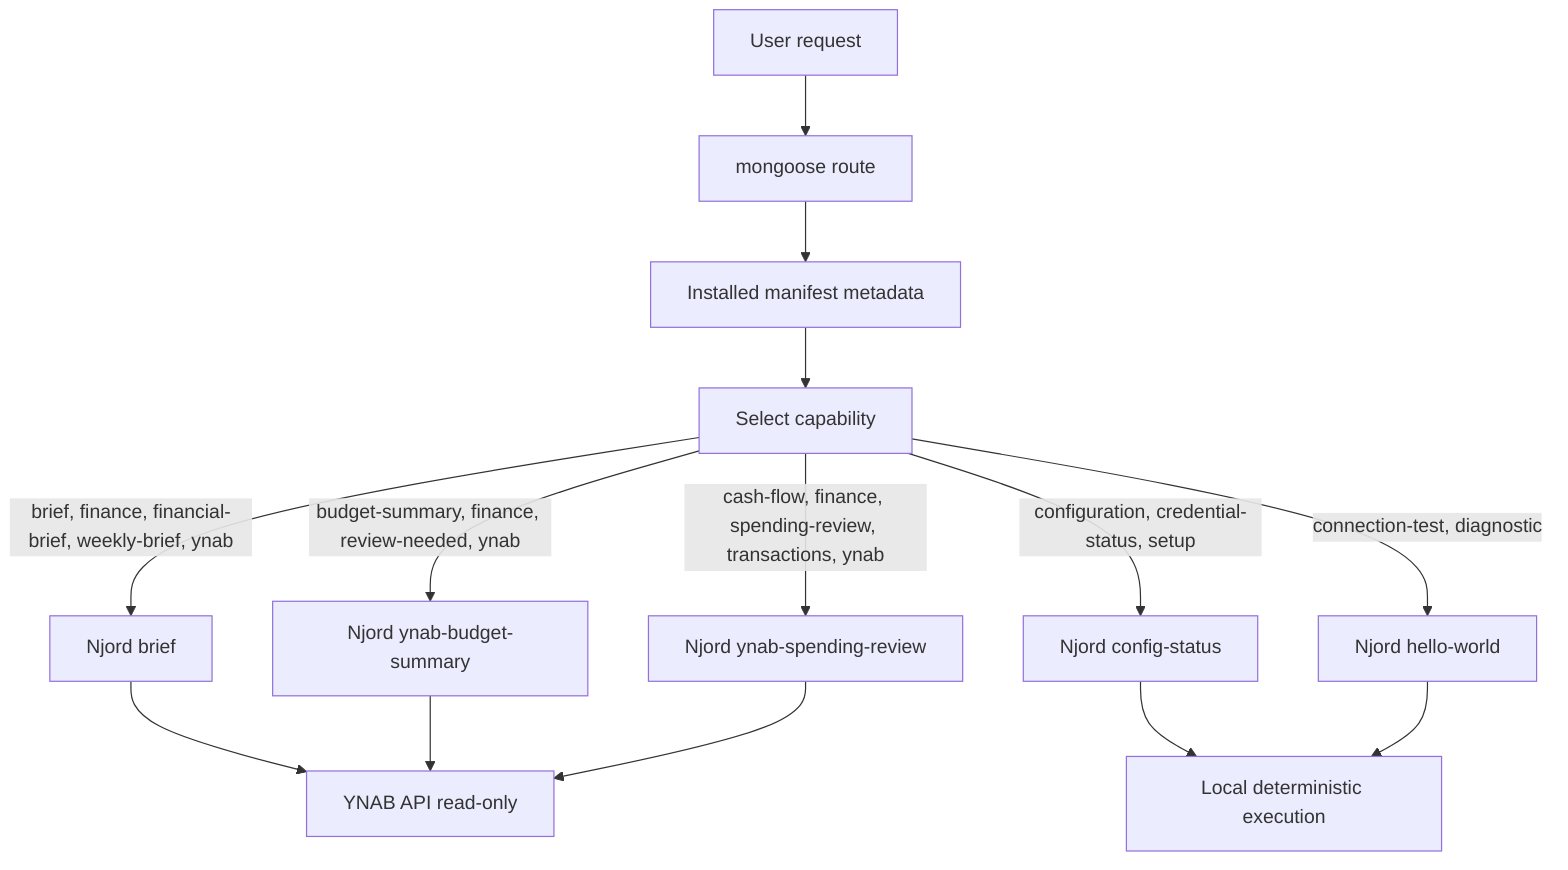
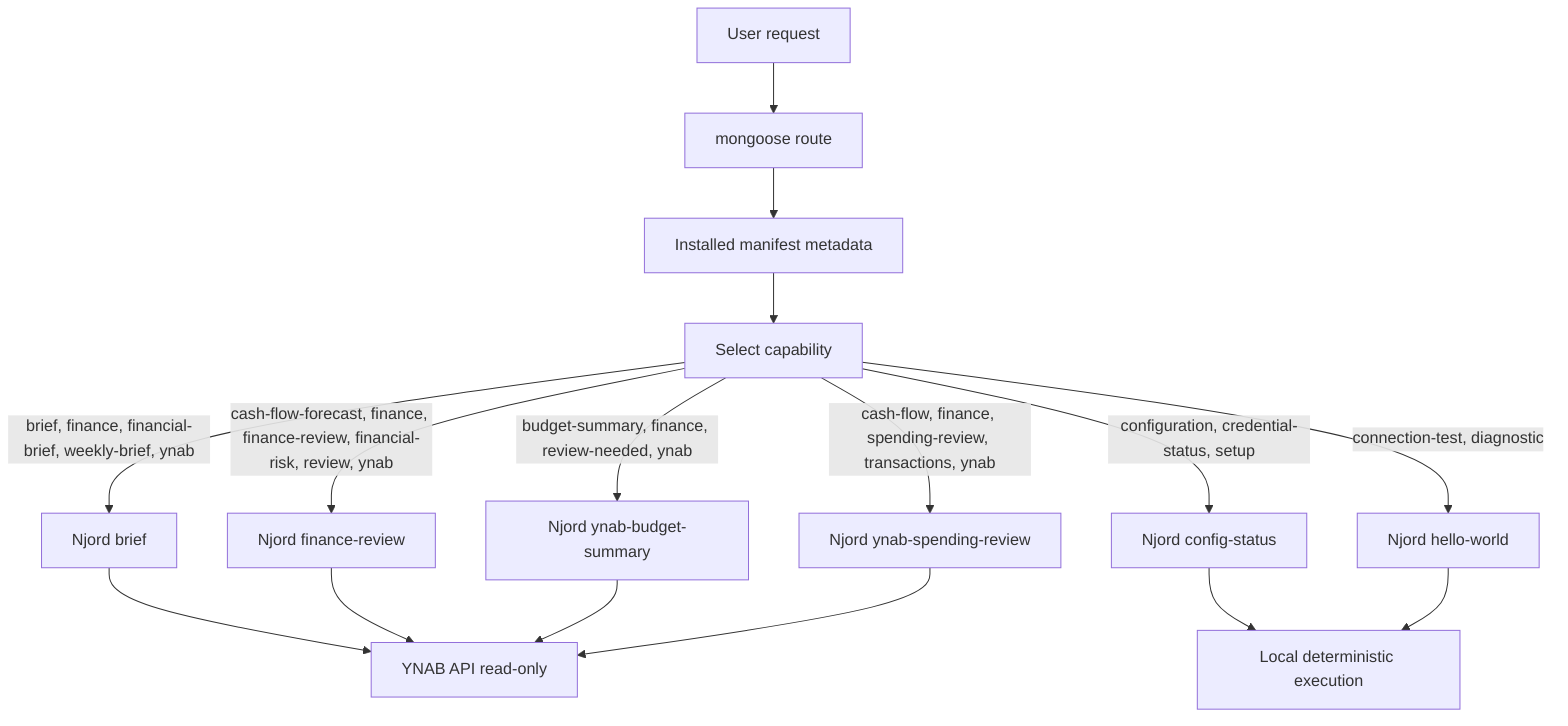
%% Generated by `mongoose architecture generate`. Do not edit by hand.
flowchart TD
  request["User request"] --> route["mongoose route"]
  route --> manifest["Installed manifest metadata"]
  manifest --> select["Select capability"]
  select -->|"brief, finance, financial-brief, weekly-brief, ynab"| dispatch_Njord_brief["Njord brief"]
  dispatch_Njord_brief --> ynab["YNAB API read-only"]
  select -->|"configuration, credential-status, setup"| dispatch_Njord_config_status["Njord config-status"]
  dispatch_Njord_config_status --> local["Local deterministic execution"]
+   select -->|"cash-flow-forecast, finance, finance-review, financial-risk, review, ynab"| dispatch_Njord_finance_review["Njord finance-review"]
+   dispatch_Njord_finance_review --> ynab["YNAB API read-only"]
  select -->|"connection-test, diagnostic"| dispatch_Njord_hello_world["Njord hello-world"]
  dispatch_Njord_hello_world --> local["Local deterministic execution"]
  select -->|"budget-summary, finance, review-needed, ynab"| dispatch_Njord_ynab_budget_summary["Njord ynab-budget-summary"]
  dispatch_Njord_ynab_budget_summary --> ynab["YNAB API read-only"]
  select -->|"cash-flow, finance, spending-review, transactions, ynab"| dispatch_Njord_ynab_spending_review["Njord ynab-spending-review"]
  dispatch_Njord_ynab_spending_review --> ynab["YNAB API read-only"]
